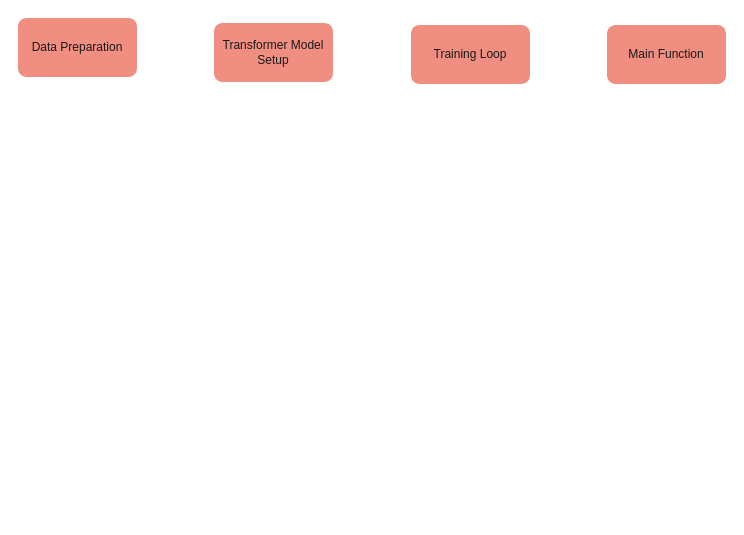
Before: diagrams/Setup.drawio in southern-cross-ai/Data, a draw.io diagram. Source tidied: cells renumbered, new cells numbered last; positions are measured from the earlier drawing's top-left corner, leaving out a move shared by most shapes. Both pictures are drawn from the tidied source at 100%, with x=0, y=0 at pixel (17, 17).
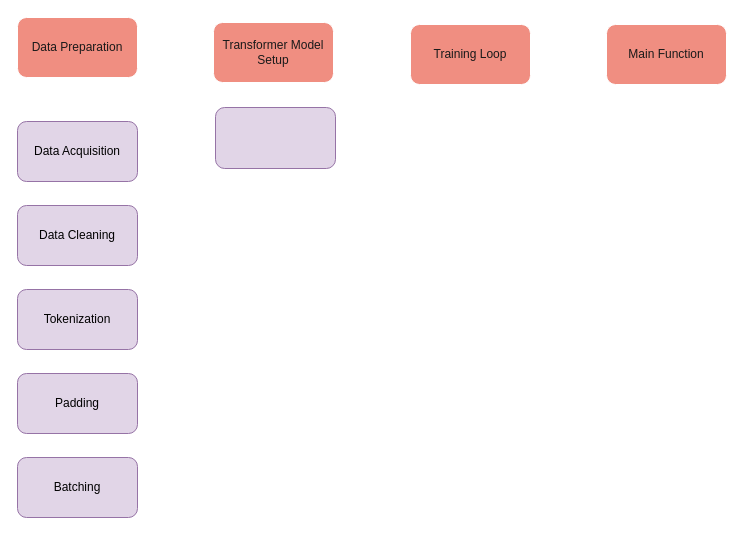
The same diagram, later.

The edit, as a diff of the source:
```diff
@@
 <mxGraphModel>
   <root>
     <mxCell id="0" />
     <mxCell id="1" parent="0" />
     <mxCell id="2" style="group;" parent="1" vertex="1">
       <mxGeometry width="709" height="67" as="geometry" />
     </mxCell>
     <mxCell id="3" value="Data Preparation" style="rounded=1;whiteSpace=wrap;html=1;labelBackgroundColor=none;fillColor=#F08E81;strokeColor=#FFFFFF;fontColor=#1A1A1A;" parent="2" vertex="1">
       <mxGeometry width="120" height="60" as="geometry" />
     </mxCell>
     <mxCell id="4" value="Training Loop" style="rounded=1;whiteSpace=wrap;html=1;labelBackgroundColor=none;fillColor=#F08E81;strokeColor=#FFFFFF;fontColor=#1A1A1A;" parent="2" vertex="1">
       <mxGeometry x="393" y="7" width="120" height="60" as="geometry" />
     </mxCell>
     <mxCell id="5" value="Transformer Model Setup" style="rounded=1;whiteSpace=wrap;html=1;labelBackgroundColor=none;fillColor=#F08E81;strokeColor=#FFFFFF;fontColor=#1A1A1A;" parent="2" vertex="1">
       <mxGeometry x="196" y="5" width="120" height="60" as="geometry" />
     </mxCell>
     <mxCell id="6" value="Main Function" style="rounded=1;whiteSpace=wrap;html=1;labelBackgroundColor=none;fillColor=#F08E81;strokeColor=#FFFFFF;fontColor=#1A1A1A;" parent="2" vertex="1">
       <mxGeometry x="589" y="7" width="120" height="60" as="geometry" />
     </mxCell>
+    <mxCell id="7" style="rounded=1;whiteSpace=wrap;html=1;strokeColor=#9673a6;fillColor=#e1d5e7;" parent="1" vertex="1">
+      <mxGeometry x="198" y="90" width="120" height="61" as="geometry" />
+    </mxCell>
+    <mxCell id="8" style="group;" parent="1" vertex="1">
+      <mxGeometry y="104" width="120" height="396" as="geometry" />
+    </mxCell>
+    <mxCell id="9" value="Batching" style="rounded=1;whiteSpace=wrap;html=1;strokeColor=#9673a6;fillColor=#e1d5e7;flipV=1;flipH=1;" parent="8" vertex="1">
+      <mxGeometry y="336" width="120" height="60" as="geometry" />
+    </mxCell>
+    <mxCell id="10" value="Padding" style="rounded=1;whiteSpace=wrap;html=1;strokeColor=#9673a6;fillColor=#e1d5e7;flipV=1;flipH=1;" parent="8" vertex="1">
+      <mxGeometry y="252" width="120" height="60" as="geometry" />
+    </mxCell>
+    <mxCell id="11" value="Tokenization" style="rounded=1;whiteSpace=wrap;html=1;strokeColor=#9673a6;fillColor=#e1d5e7;flipV=1;flipH=1;" parent="8" vertex="1">
+      <mxGeometry y="168" width="120" height="60" as="geometry" />
+    </mxCell>
+    <mxCell id="12" value="Data Cleaning" style="rounded=1;whiteSpace=wrap;html=1;strokeColor=#9673a6;fillColor=#e1d5e7;flipV=1;flipH=1;" parent="8" vertex="1">
+      <mxGeometry y="84" width="120" height="60" as="geometry" />
+    </mxCell>
+    <mxCell id="13" value="Data Acquisition" style="rounded=1;whiteSpace=wrap;html=1;strokeColor=#9673a6;fillColor=#e1d5e7;flipV=1;flipH=1;" parent="8" vertex="1">
+      <mxGeometry width="120" height="60" as="geometry" />
+    </mxCell>
   </root>
 </mxGraphModel>
```
